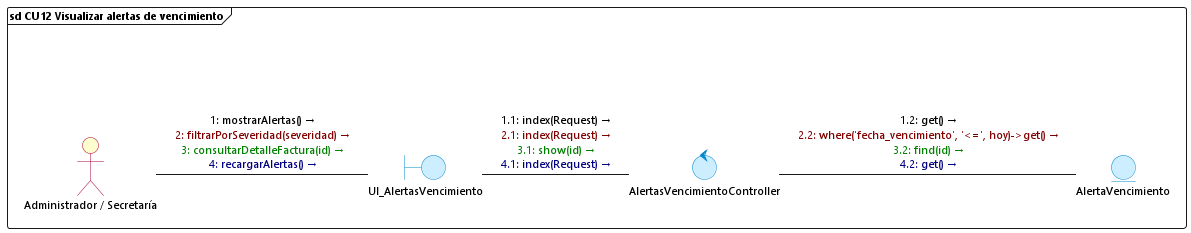
The PlantUML diagram diagramas/comunicacion/cu12_visualizar_alertas_vencimiento.png in DiogoMars777/TELCOM-2.0, before a commit.
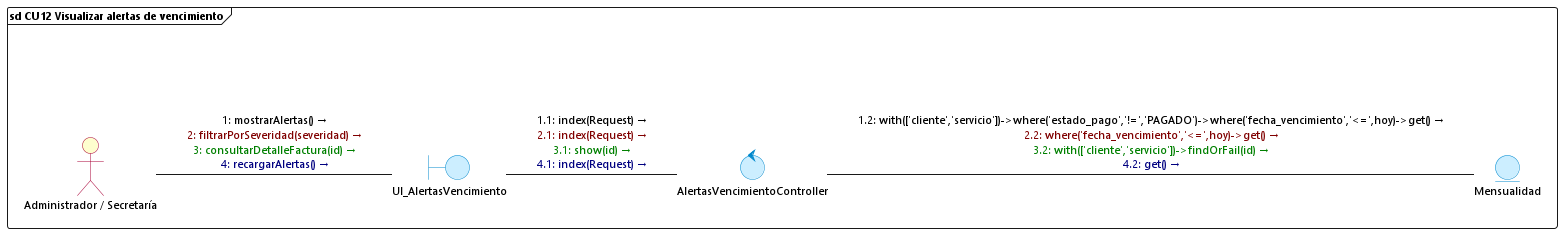
Later version of the same file.

The edit, as a diff of the source:
```diff
@@ -18,7 +18,7 @@
     actor "Administrador / Secretaría" as Admin
     boundary UI_AlertasVencimiento
     control AlertasVencimientoController
-    entity AlertaVencimiento
+    entity Mensualidad
 
     spacer -[hidden]down- Admin
 
@@ -26,6 +26,6 @@
 
     UI_AlertasVencimiento -right- AlertasVencimientoController : <font color=#000000>1.1: index(Request) →</font>\n<font color=#800000>2.1: index(Request) →</font>\n<font color=#008000>3.1: show(id) →</font>\n<font color=#000080>4.1: index(Request) →</font>
 
-    AlertasVencimientoController -right- AlertaVencimiento : <font color=#000000>1.2: get() →</font>\n<font color=#800000>2.2: where('fecha_vencimiento', '<=', hoy)->get() →</font>\n<font color=#008000>3.2: find(id) →</font>\n<font color=#000080>4.2: get() →</font>
+    AlertasVencimientoController -right- Mensualidad : <font color=#000000>1.2: with(['cliente','servicio'])->where('estado_pago','!=','PAGADO')->where('fecha_vencimiento','<=',hoy)->get() →</font>\n<font color=#800000>2.2: where('fecha_vencimiento','<=',hoy)->get() →</font>\n<font color=#008000>3.2: with(['cliente','servicio'])->findOrFail(id) →</font>\n<font color=#000080>4.2: get() →</font>
 }
 @enduml
```
